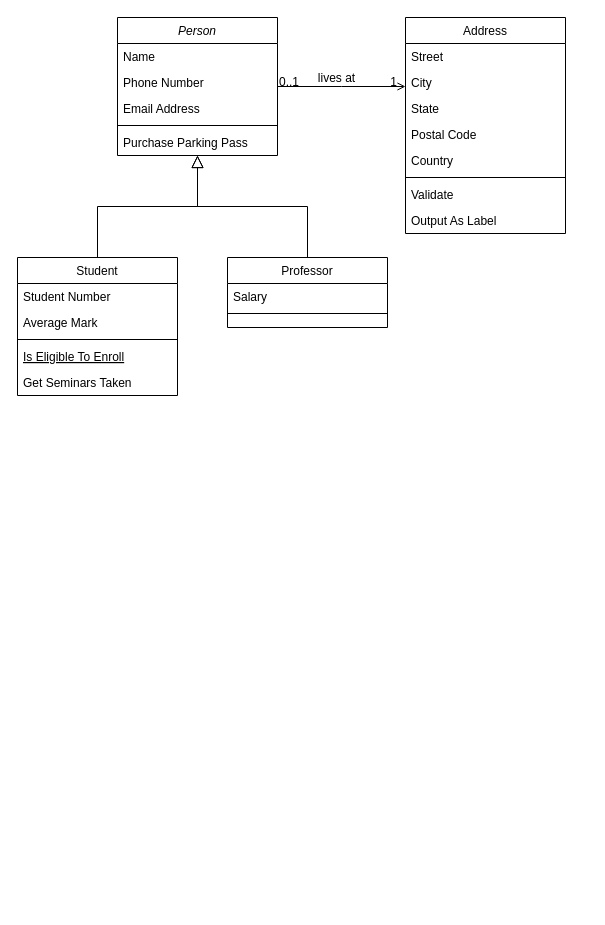
Earlier version of the draw.io diagram diagramas/ClassDiagram.drawio (Castillo82/simuladordestinos). Source tidied: cells renumbered, new cells numbered last; positions are measured from the earlier drawing's top-left corner, leaving out a move shared by most shapes. Both pictures are drawn from the tidied source at 100%, with x=0, y=0 at pixel (17, 17).
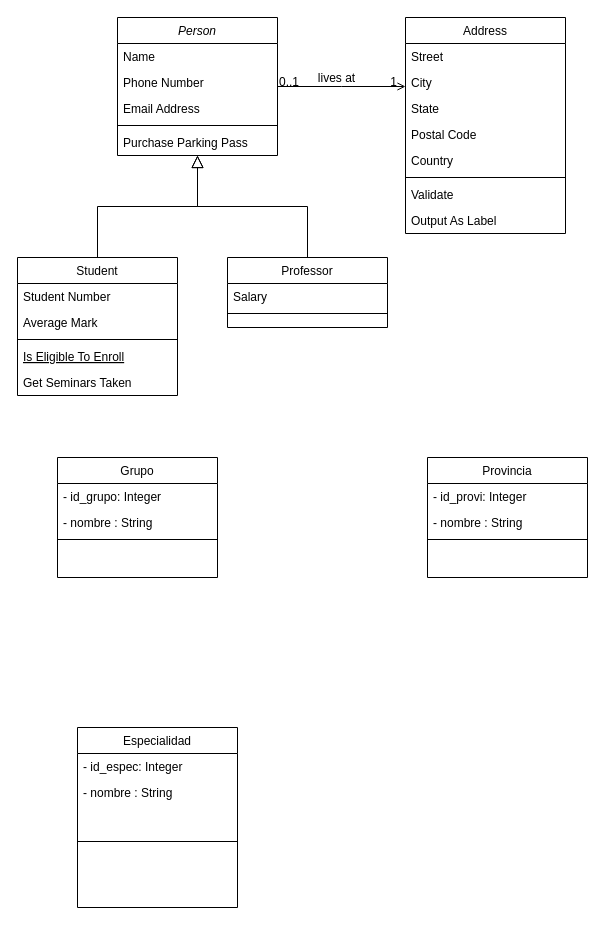
After the change.

Change to the diagram source:
```diff
@@
+    <mxCell id="32" value="Provincia" style="swimlane;fontStyle=0;align=center;verticalAlign=top;horizontal=1;startSize=26;rounded=0;shadow=0;strokeWidth=1;" parent="1" vertex="1">
+      <mxGeometry x="410" y="440" width="160" height="120" as="geometry" />
+    </mxCell>
+    <mxCell id="33" value="- id_provi: Integer" style="text;align=left;verticalAlign=top;spacingLeft=4;spacingRight=4;overflow=hidden;" parent="32" vertex="1">
+      <mxGeometry y="26" width="160" height="26" as="geometry" />
+    </mxCell>
+    <mxCell id="34" value="- nombre : String" style="text;align=left;verticalAlign=top;spacingLeft=4;spacingRight=4;overflow=hidden;rounded=0;shadow=0;html=0;" parent="32" vertex="1">
+      <mxGeometry y="52" width="160" height="26" as="geometry" />
+    </mxCell>
+    <mxCell id="35" style="line;html=1;strokeWidth=1;align=left;verticalAlign=middle;spacingTop=-1;spacingLeft=3;spacingRight=3;labelPosition=right;" parent="32" vertex="1">
+      <mxGeometry y="78" width="160" height="8" as="geometry" />
+    </mxCell>
+    <mxCell id="36" value="Grupo" style="swimlane;fontStyle=0;align=center;verticalAlign=top;horizontal=1;startSize=26;rounded=0;shadow=0;strokeWidth=1;" parent="1" vertex="1">
+      <mxGeometry x="40" y="440" width="160" height="120" as="geometry" />
+    </mxCell>
+    <mxCell id="37" value="- id_grupo: Integer" style="text;align=left;verticalAlign=top;spacingLeft=4;spacingRight=4;overflow=hidden;" parent="36" vertex="1">
+      <mxGeometry y="26" width="160" height="26" as="geometry" />
+    </mxCell>
+    <mxCell id="38" value="- nombre : String" style="text;align=left;verticalAlign=top;spacingLeft=4;spacingRight=4;overflow=hidden;rounded=0;shadow=0;html=0;" parent="36" vertex="1">
+      <mxGeometry y="52" width="160" height="26" as="geometry" />
+    </mxCell>
+    <mxCell id="39" style="line;html=1;strokeWidth=1;align=left;verticalAlign=middle;spacingTop=-1;spacingLeft=3;spacingRight=3;labelPosition=right;" parent="36" vertex="1">
+      <mxGeometry y="78" width="160" height="8" as="geometry" />
+    </mxCell>
+    <mxCell id="40" value="Especialidad" style="swimlane;fontStyle=0;align=center;verticalAlign=top;horizontal=1;startSize=26;rounded=0;shadow=0;strokeWidth=1;" parent="1" vertex="1">
+      <mxGeometry x="60" y="710" width="160" height="180" as="geometry" />
+    </mxCell>
+    <mxCell id="41" value="- id_espec: Integer" style="text;align=left;verticalAlign=top;spacingLeft=4;spacingRight=4;overflow=hidden;" parent="40" vertex="1">
+      <mxGeometry y="26" width="160" height="26" as="geometry" />
+    </mxCell>
+    <mxCell id="42" value="- nombre : String" style="text;align=left;verticalAlign=top;spacingLeft=4;spacingRight=4;overflow=hidden;rounded=0;shadow=0;html=0;" parent="40" vertex="1">
+      <mxGeometry y="52" width="160" height="26" as="geometry" />
+    </mxCell>
+    <mxCell id="43" style="line;html=1;strokeWidth=1;align=left;verticalAlign=middle;spacingTop=-1;spacingLeft=3;spacingRight=3;labelPosition=right;" parent="40" vertex="1">
+      <mxGeometry y="78" width="160" height="72" as="geometry" />
+    </mxCell>
```
